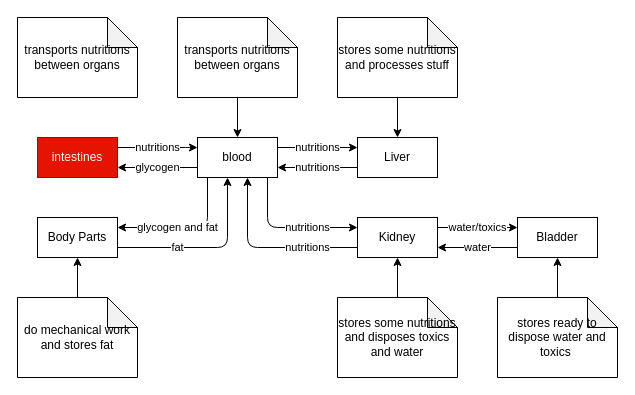
The draw.io diagram page "Nutrition Distribution" (3 of 3) of docs/diagrams.drawio in SchwarzChristian/NutriSim, before the edit. Source tidied: cells renumbered, new cells numbered last; positions are measured from the earlier drawing's top-left corner, leaving out a move shared by most shapes. Both pictures are drawn from the tidied source at 100%, with x=0, y=0 at pixel (17, 17).
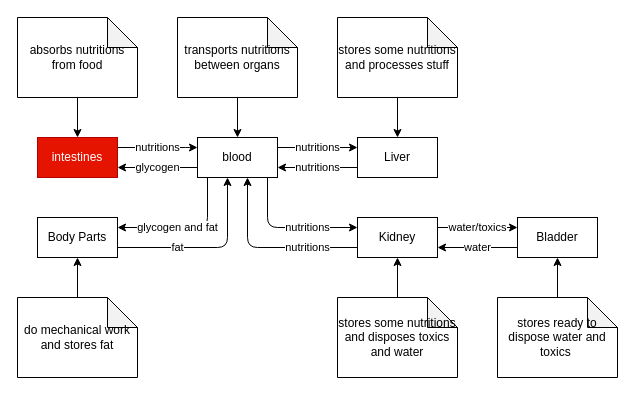
The same diagram, later.

The change refers to these unchanged cells:
```xml
<mxCell id="3" value="intestines" style="rounded=0;whiteSpace=wrap;html=1;fillColor=#e51400;strokeColor=#B20000;fontColor=#ffffff;" parent="1" vertex="1">
  <mxGeometry x="20" y="120" width="80" height="40" as="geometry" />
</mxCell>
```

What changed in the source:
```diff
@@
+    <mxCell id="29" style="edgeStyle=none;html=1;" parent="1" edge="1" source="28" target="3">
+      <mxGeometry relative="1" as="geometry" />
+    </mxCell>
-    <mxCell id="28" value="transports nutritions between organs" style="shape=note;whiteSpace=wrap;html=1;backgroundOutline=1;darkOpacity=0.05;" parent="1" vertex="1">
+    <mxCell id="28" value="absorbs nutritions from food" style="shape=note;whiteSpace=wrap;html=1;backgroundOutline=1;darkOpacity=0.05;" parent="1" vertex="1">
       <mxGeometry width="120" height="80" as="geometry" />
     </mxCell>
```
